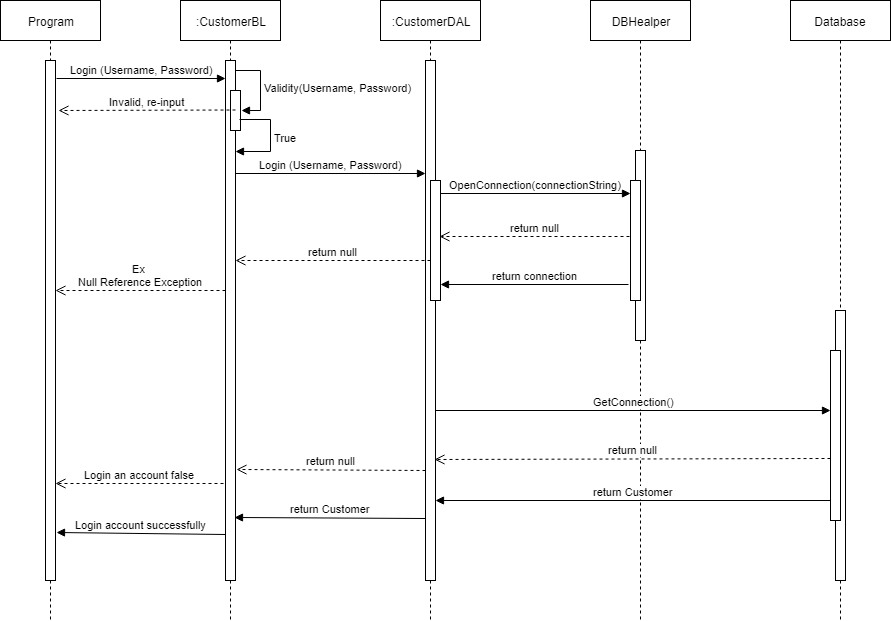
Above: Document/Sequence Diagram/SequenceDiagram_Login.png in LinhNguyennnn/Shop_HeadPhone_G03 (draw.io), before the change. Source tidied: cells renumbered, new cells last; positions are measured from the earlier drawing's top-left corner, leaving out a move shared by most shapes.
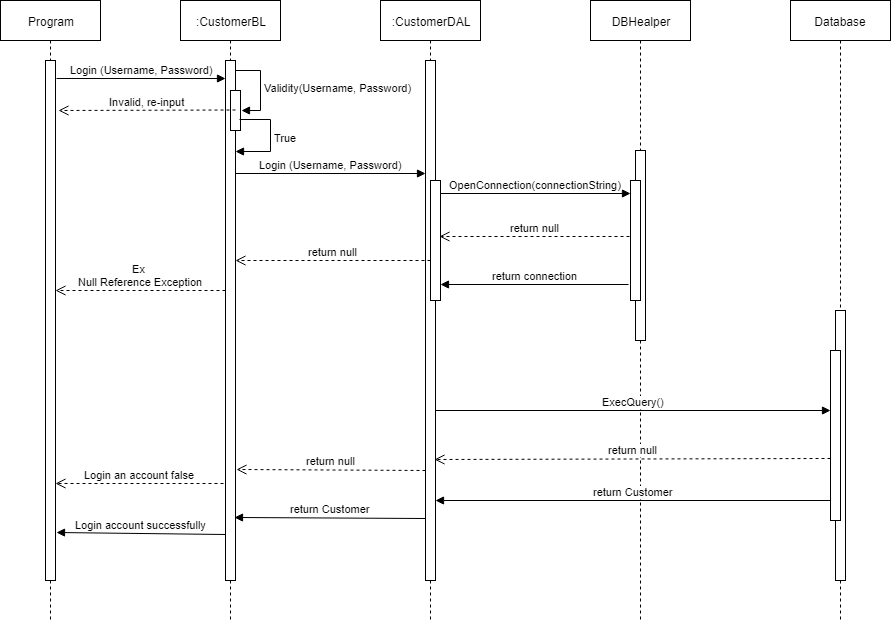
Later version of the same file.

Diff of the diagram source:
```diff
@@ -74,7 +74,7 @@
     <mxCell id="21" value="return connection" style="html=1;verticalAlign=bottom;endArrow=block;exitX=-0.2;exitY=0.867;exitDx=0;exitDy=0;exitPerimeter=0;" parent="1" edge="1" source="10" target="7">
       <mxGeometry relative="1" as="geometry" />
     </mxCell>
-    <mxCell id="22" value="GetConnection()" style="html=1;verticalAlign=bottom;endArrow=block;entryX=0;entryY=0.353;entryDx=0;entryDy=0;entryPerimeter=0;" parent="1" edge="1" source="6" target="13">
+    <mxCell id="22" value="&lt;div&gt;&lt;span&gt;ExecQuery()&lt;/span&gt;&lt;/div&gt;" style="html=1;verticalAlign=bottom;endArrow=block;entryX=0;entryY=0.353;entryDx=0;entryDy=0;entryPerimeter=0;" parent="1" edge="1" source="6" target="13">
       <mxGeometry relative="1" as="geometry" />
     </mxCell>
     <mxCell id="23" value="return Customer" style="html=1;verticalAlign=bottom;endArrow=block;exitX=0;exitY=0.882;exitDx=0;exitDy=0;exitPerimeter=0;" parent="1" edge="1" source="13" target="6">
```
